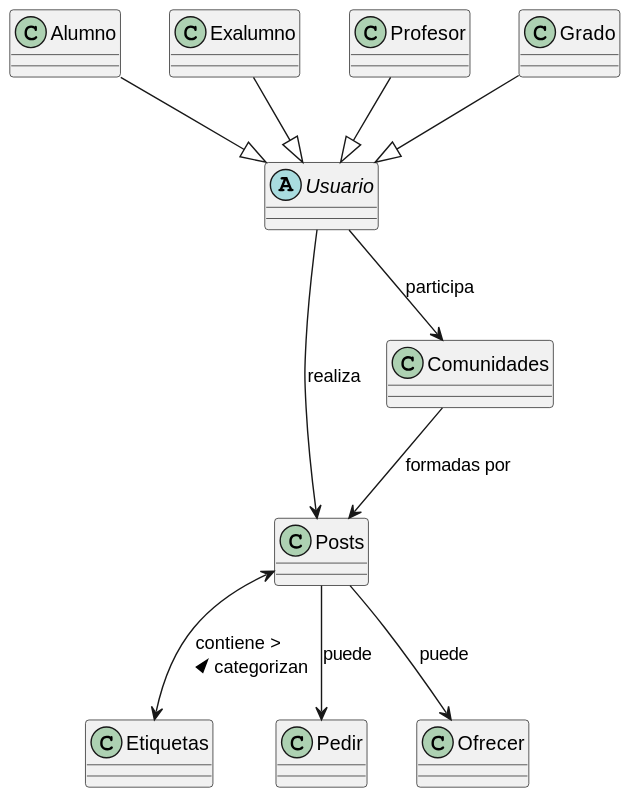
Above: images/modelosUML/modelosUML/Diagrama_Entidades.svg in mmasias/24-25-IdSw1-SDR (PlantUML), before the change. Source of this version:
```plantuml
@startuml
abstract class Usuario {
}

class Alumno {
}

class Exalumno {
}

class Profesor {
}

class Grado {
}

class Posts {
}

class Comunidades {
}

class Etiquetas {
}

Alumno --|> Usuario
Exalumno --|> Usuario
Profesor --|> Usuario
Grado --|> Usuario

Usuario --> Posts : realiza
Usuario --> Comunidades : participa
Comunidades --> Posts : formadas por
Posts --> "Pedir" : puede
Posts --> "Ofrecer" : puede
Posts <--> Etiquetas : "contiene >     \n< categorizan"
@enduml
```
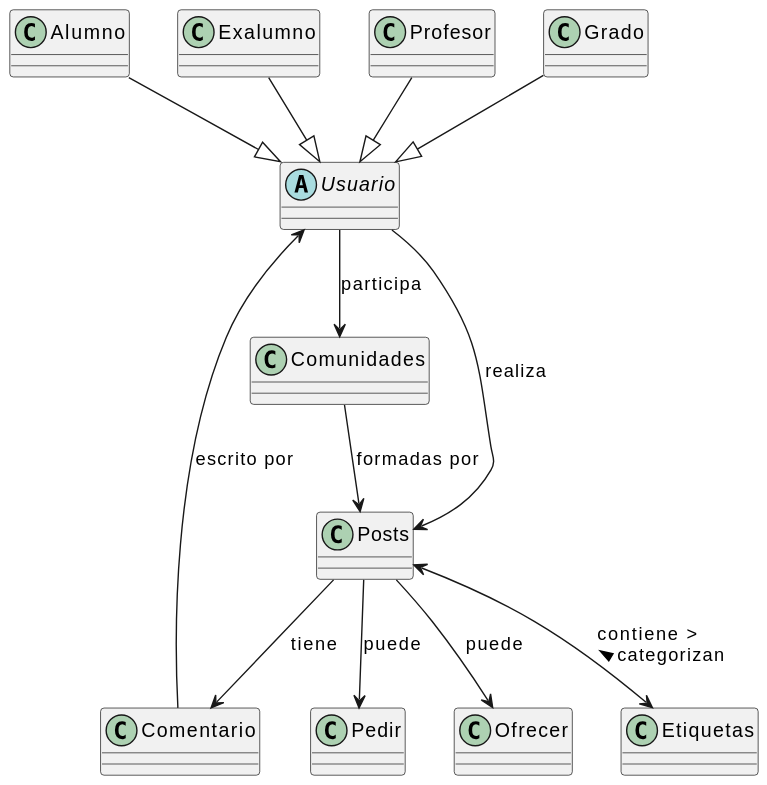
The same diagram one commit later.

Commit message:
Nuevo Diagrama de entidades

The edit, as a diff of the source:
```diff
@@ -1,27 +1,15 @@
 @startuml
-abstract class Usuario {
-}
-
-class Alumno {
-}
-
-class Exalumno {
-}
-
-class Profesor {
-}
-
-class Grado {
-}
-
-class Posts {
-}
-
-class Comunidades {
-}
-
-class Etiquetas {
-}
+abstract class Usuario
+class Alumno
+class Exalumno
+class Profesor
+class Grado
+class Posts
+class Comunidades
+class Etiquetas
+class Comentario
+class "Pedir"
+class "Ofrecer"
 
 Alumno --|> Usuario
 Exalumno --|> Usuario
@@ -34,4 +22,6 @@
 Posts --> "Pedir" : puede
 Posts --> "Ofrecer" : puede
 Posts <--> Etiquetas : "contiene >     \n< categorizan"
+Posts --> Comentario : tiene
+Comentario --> Usuario : escrito por
 @enduml
```
